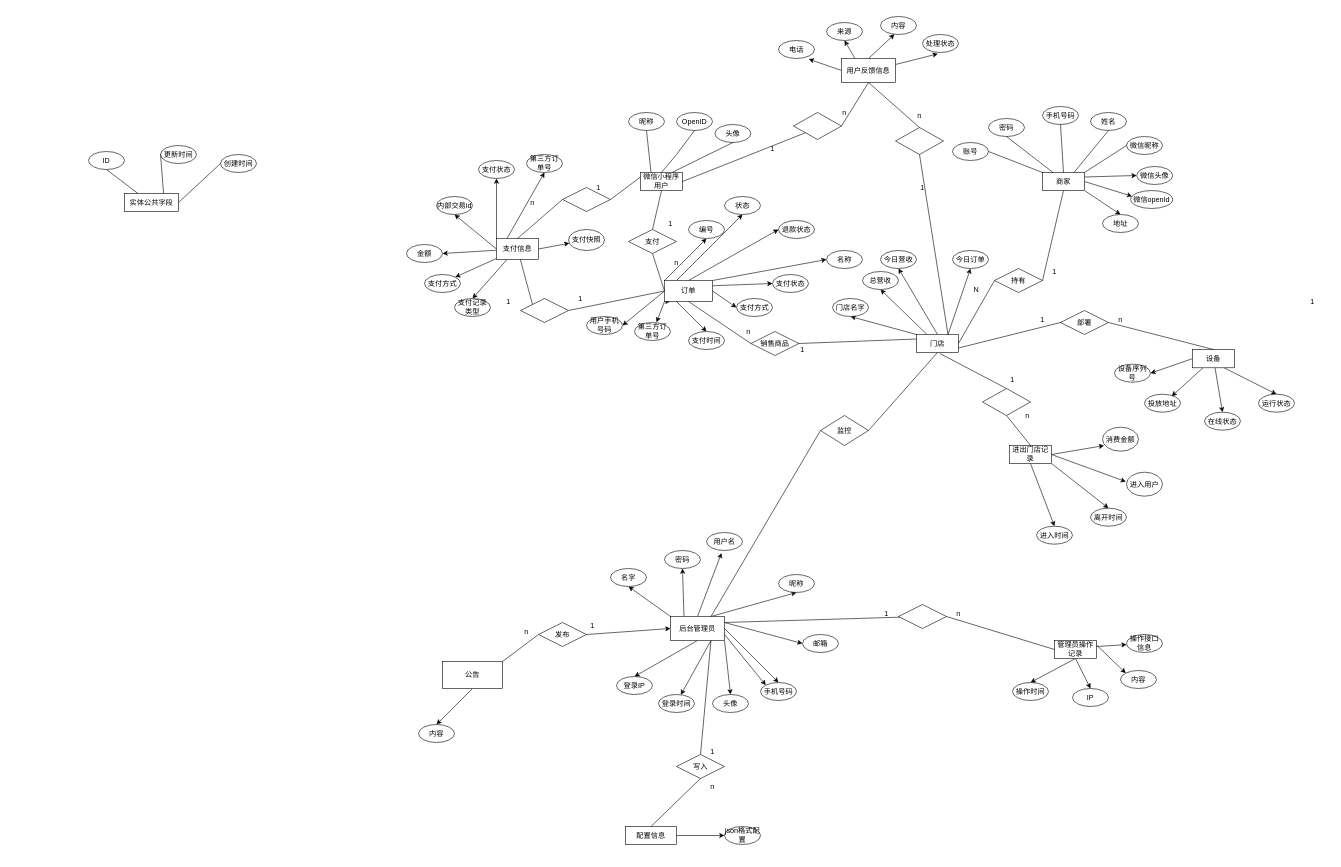
Before: 云值守.drawio in hxb-qwe/yunzhishou, a draw.io diagram. Source tidied: cells renumbered, new cells numbered last; positions are measured from the earlier drawing's top-left corner, leaving out a move shared by most shapes. Both pictures are drawn from the tidied source at 60%, with x=0, y=0 at pixel (88, 16).
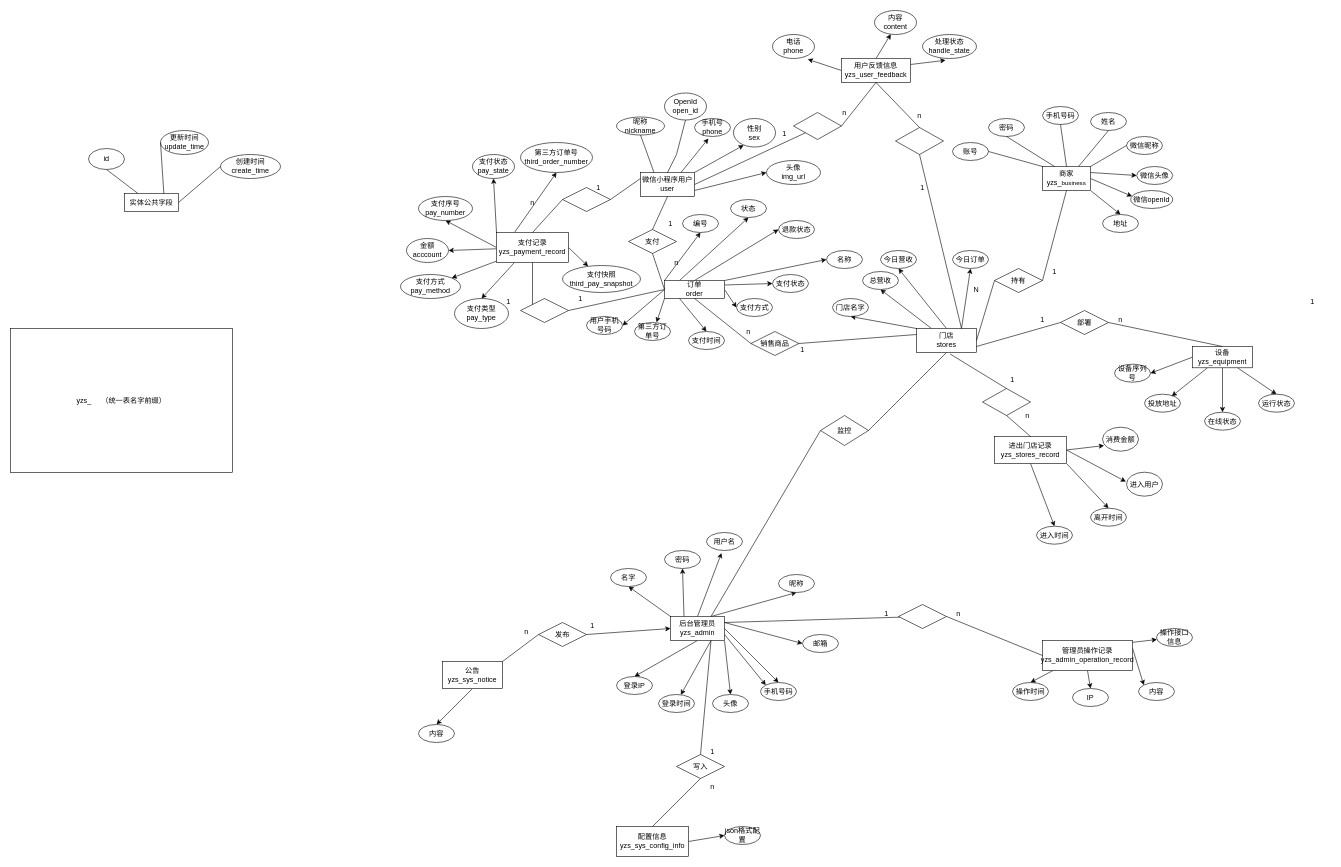
The same page after the edit.

Commit message (it also covers changes not shown here):
更新云值守.drawio

The edit, as a diff of the source:
```diff
@@
+    <mxCell id="205" style="edgeStyle=none;rounded=0;jettySize=auto;html=1;exitX=0.75;exitY=0;exitDx=0;exitDy=0;entryX=0.387;entryY=1.115;entryDx=0;entryDy=0;entryPerimeter=0;" parent="1" edge="1" source="2" target="209">
+      <mxGeometry relative="1" as="geometry" />
+    </mxCell>
+    <mxCell id="206" style="edgeStyle=none;rounded=0;jettySize=auto;html=1;exitX=1;exitY=0.75;exitDx=0;exitDy=0;entryX=0;entryY=0.5;entryDx=0;entryDy=0;" parent="1" edge="1" source="2" target="210">
+      <mxGeometry relative="1" as="geometry" />
+    </mxCell>
+    <mxCell id="207" style="edgeStyle=none;rounded=0;jettySize=auto;html=1;exitX=1;exitY=0;exitDx=0;exitDy=0;entryX=0.242;entryY=0.937;entryDx=0;entryDy=0;entryPerimeter=0;" parent="1" edge="1" source="2" target="211">
+      <mxGeometry relative="1" as="geometry" />
+    </mxCell>
-    <mxCell id="2" value="微信小程序用户" style="rounded=0;whiteSpace=wrap;html=1;" parent="1" vertex="1">
-      <mxGeometry x="920" y="260" width="70" height="30" as="geometry" />
+    <mxCell id="2" value="微信小程序用户&lt;br&gt;user" style="rounded=0;whiteSpace=wrap;html=1;" parent="1" vertex="1">
+      <mxGeometry x="920" y="260" width="90" height="40" as="geometry" />
     </mxCell>
@@
-    <mxCell id="6" value="商家" style="rounded=0;whiteSpace=wrap;html=1;" parent="1" vertex="1">
-      <mxGeometry x="1590" y="260" width="70" height="30" as="geometry" />
+    <mxCell id="6" value="商家&lt;br&gt;yzs_&lt;span style=&quot;font-size: 10.2857px;&quot;&gt;business&lt;/span&gt;" style="rounded=0;whiteSpace=wrap;html=1;" parent="1" vertex="1">
+      <mxGeometry x="1590" y="250" width="80" height="40" as="geometry" />
     </mxCell>
@@
-    <mxCell id="11" value="门店" style="rounded=0;whiteSpace=wrap;html=1;" parent="1" vertex="1">
-      <mxGeometry x="1380" y="530" width="70" height="30" as="geometry" />
+    <mxCell id="11" value="门店&lt;br&gt;stores" style="rounded=0;whiteSpace=wrap;html=1;" parent="1" vertex="1">
+      <mxGeometry x="1380" y="520" width="100" height="40" as="geometry" />
     </mxCell>
@@
-    <mxCell id="21" value="设备" style="rounded=0;whiteSpace=wrap;html=1;" parent="1" vertex="1">
-      <mxGeometry x="1840" y="555" width="70" height="30.5" as="geometry" />
+    <mxCell id="21" value="设备&lt;br&gt;yzs_equipment" style="rounded=0;whiteSpace=wrap;html=1;" parent="1" vertex="1">
+      <mxGeometry x="1840" y="550" width="100" height="35.5" as="geometry" />
     </mxCell>
@@
-    <mxCell id="24" value="ID" style="ellipse;whiteSpace=wrap;html=1;" parent="1" vertex="1">
-      <mxGeometry y="225" width="60" height="30" as="geometry" />
+    <mxCell id="24" value="id&lt;br&gt;" style="ellipse;whiteSpace=wrap;html=1;" parent="1" vertex="1">
+      <mxGeometry y="220" width="60" height="35" as="geometry" />
     </mxCell>
@@
-    <mxCell id="27" value="昵称" style="ellipse;whiteSpace=wrap;html=1;" parent="1" vertex="1">
-      <mxGeometry x="900" y="160" width="60" height="30" as="geometry" />
+    <mxCell id="27" value="昵称&lt;br&gt;nickname" style="ellipse;whiteSpace=wrap;html=1;" parent="1" vertex="1">
+      <mxGeometry x="880" y="167.5" width="80" height="30" as="geometry" />
     </mxCell>
-    <mxCell id="28" style="endArrow=none;html=1;rounded=0;exitX=0.25;exitY=0;exitDx=0;exitDy=0;" parent="1" edge="1" source="2">
-      <mxGeometry relative="1" as="geometry">
-        <mxPoint x="930" y="190" as="targetPoint" />
-      </mxGeometry>
+    <mxCell id="28" style="endArrow=none;html=1;rounded=0;exitX=0.25;exitY=0;exitDx=0;exitDy=0;entryX=0.5;entryY=1;entryDx=0;entryDy=0;" parent="1" edge="1" source="2" target="27">
+      <mxGeometry relative="1" as="geometry" />
     </mxCell>
-    <mxCell id="29" value="OpenID" style="ellipse;whiteSpace=wrap;html=1;" parent="1" vertex="1">
-      <mxGeometry x="980" y="160" width="60" height="30" as="geometry" />
+    <mxCell id="29" value="OpenId&lt;br&gt;open_id" style="ellipse;whiteSpace=wrap;html=1;" parent="1" vertex="1">
+      <mxGeometry x="960" y="127.5" width="70" height="45" as="geometry" />
     </mxCell>
@@
-    <mxCell id="31" value="头像" style="ellipse;whiteSpace=wrap;html=1;" parent="1" vertex="1">
-      <mxGeometry x="1044" y="180" width="60" height="30" as="geometry" />
-    </mxCell>
-    <mxCell id="32" style="endArrow=none;html=1;rounded=0;exitX=0.75;exitY=0;exitDx=0;exitDy=0;entryX=0.5;entryY=1;entryDx=0;entryDy=0;" parent="1" edge="1" source="2" target="31">
-      <mxGeometry relative="1" as="geometry" />
-    </mxCell>
-    <mxCell id="33" value="创建时间" style="ellipse;whiteSpace=wrap;html=1;" parent="1" vertex="1">
-      <mxGeometry x="220" y="230" width="60" height="30" as="geometry" />
+    <mxCell id="33" value="创建时间&lt;br&gt;create_time" style="ellipse;whiteSpace=wrap;html=1;" parent="1" vertex="1">
+      <mxGeometry x="220" y="230" width="100" height="40" as="geometry" />
     </mxCell>
@@
-    <mxCell id="35" value="更新时间" style="ellipse;whiteSpace=wrap;html=1;" parent="1" vertex="1">
-      <mxGeometry x="120" y="215" width="60" height="30" as="geometry" />
+    <mxCell id="35" value="更新时间&lt;br&gt;update_time" style="ellipse;whiteSpace=wrap;html=1;" parent="1" vertex="1">
+      <mxGeometry x="120" y="190" width="80" height="40" as="geometry" />
     </mxCell>
@@
-    <mxCell id="65" value="后台管理员" style="rounded=0;whiteSpace=wrap;html=1;" parent="1" vertex="1">
+    <mxCell id="65" value="后台管理员&lt;br&gt;yzs_admin" style="rounded=0;whiteSpace=wrap;html=1;" parent="1" vertex="1">
       <mxGeometry x="970" y="1000" width="90" height="40" as="geometry" />
     </mxCell>
@@
-    <mxCell id="82" style="edgeStyle=none;rounded=0;jettySize=auto;html=1;exitX=0;exitY=1;exitDx=0;exitDy=0;" parent="1" edge="1" source="85">
-      <mxGeometry relative="1" as="geometry">
-        <mxPoint x="969.9" y="475" as="targetPoint" />
-      </mxGeometry>
-    </mxCell>
@@
-    <mxCell id="85" value="订单" style="rounded=0;whiteSpace=wrap;html=1;" parent="1" vertex="1">
-      <mxGeometry x="960" y="440" width="80" height="35" as="geometry" />
+    <mxCell id="85" value="订单&lt;br&gt;order" style="rounded=0;whiteSpace=wrap;html=1;" parent="1" vertex="1">
+      <mxGeometry x="960" y="440" width="100" height="30" as="geometry" />
     </mxCell>
@@
     <mxCell id="96" value="编号" style="ellipse;whiteSpace=wrap;html=1;" parent="1" vertex="1">
-      <mxGeometry x="1000" y="340" width="60" height="30" as="geometry" />
+      <mxGeometry x="990" y="330" width="60" height="30" as="geometry" />
     </mxCell>
     <mxCell id="97" value="状态" style="ellipse;whiteSpace=wrap;html=1;" parent="1" vertex="1">
-      <mxGeometry x="1060" y="300" width="60" height="30" as="geometry" />
+      <mxGeometry x="1070" y="305" width="60" height="30" as="geometry" />
     </mxCell>
@@
-    <mxCell id="109" value="进出门店记录" style="rounded=0;whiteSpace=wrap;html=1;" parent="1" vertex="1">
-      <mxGeometry x="1535" y="715" width="70" height="30" as="geometry" />
+    <mxCell id="109" value="进出门店记录&lt;br&gt;yzs_stores_record" style="rounded=0;whiteSpace=wrap;html=1;" parent="1" vertex="1">
+      <mxGeometry x="1510" y="700" width="120" height="45" as="geometry" />
     </mxCell>
@@
-    <mxCell id="118" value="管理员操作记录" style="rounded=0;whiteSpace=wrap;html=1;" parent="1" vertex="1">
-      <mxGeometry x="1610" y="1040" width="70" height="30" as="geometry" />
+    <mxCell id="118" value="管理员操作记录&lt;br&gt;yzs_admin_operation_record" style="rounded=0;whiteSpace=wrap;html=1;" parent="1" vertex="1">
+      <mxGeometry x="1590" y="1040" width="150" height="50" as="geometry" />
     </mxCell>
     <mxCell id="119" value="操作接口信息" style="ellipse;whiteSpace=wrap;html=1;" parent="1" vertex="1">
-      <mxGeometry x="1730" y="1030" width="60" height="30" as="geometry" />
+      <mxGeometry x="1780" y="1020" width="60" height="30" as="geometry" />
     </mxCell>
     <mxCell id="120" value="内容" style="ellipse;whiteSpace=wrap;html=1;" parent="1" vertex="1">
-      <mxGeometry x="1720" y="1090" width="60" height="30" as="geometry" />
+      <mxGeometry x="1750" y="1110" width="60" height="30" as="geometry" />
     </mxCell>
@@
-    <mxCell id="131" value="支付信息" style="rounded=0;whiteSpace=wrap;html=1;" parent="1" vertex="1">
-      <mxGeometry x="680" y="370" width="70" height="35" as="geometry" />
+    <mxCell id="131" value="支付记录&lt;br&gt;yzs_payment_record" style="rounded=0;whiteSpace=wrap;html=1;" parent="1" vertex="1">
+      <mxGeometry x="680" y="360" width="120" height="50" as="geometry" />
     </mxCell>
@@
-    <mxCell id="138" value="内部交易id" style="ellipse;whiteSpace=wrap;html=1;" parent="1" vertex="1">
-      <mxGeometry x="580" y="300" width="60" height="30" as="geometry" />
+    <mxCell id="138" value="支付序号&lt;br&gt;pay_number" style="ellipse;whiteSpace=wrap;html=1;" parent="1" vertex="1">
+      <mxGeometry x="550" y="300" width="90" height="40" as="geometry" />
     </mxCell>
-    <mxCell id="139" value="金额" style="ellipse;whiteSpace=wrap;html=1;" parent="1" vertex="1">
-      <mxGeometry x="530" y="380" width="60" height="30" as="geometry" />
+    <mxCell id="139" value="金额&lt;br&gt;acccount" style="ellipse;whiteSpace=wrap;html=1;" parent="1" vertex="1">
+      <mxGeometry x="530" y="370" width="70" height="40" as="geometry" />
     </mxCell>
-    <mxCell id="140" value="支付方式" style="ellipse;whiteSpace=wrap;html=1;" parent="1" vertex="1">
-      <mxGeometry x="560" y="430" width="60" height="30" as="geometry" />
+    <mxCell id="140" value="支付方式&lt;br&gt;pay_method" style="ellipse;whiteSpace=wrap;html=1;" parent="1" vertex="1">
+      <mxGeometry x="520" y="430" width="100" height="40" as="geometry" />
     </mxCell>
-    <mxCell id="141" value="支付记录类型" style="ellipse;whiteSpace=wrap;html=1;" parent="1" vertex="1">
-      <mxGeometry x="610" y="470" width="60" height="30" as="geometry" />
+    <mxCell id="141" value="支付类型&lt;br&gt;pay_type" style="ellipse;whiteSpace=wrap;html=1;" parent="1" vertex="1">
+      <mxGeometry x="610" y="470" width="90" height="50" as="geometry" />
     </mxCell>
-    <mxCell id="142" value="支付状态" style="ellipse;whiteSpace=wrap;html=1;" parent="1" vertex="1">
-      <mxGeometry x="650" y="240" width="60" height="30" as="geometry" />
+    <mxCell id="142" value="支付状态&lt;br&gt;pay_state" style="ellipse;whiteSpace=wrap;html=1;" parent="1" vertex="1">
+      <mxGeometry x="640" y="230" width="70" height="40" as="geometry" />
     </mxCell>
-    <mxCell id="143" value="第三方订单号" style="ellipse;whiteSpace=wrap;html=1;" parent="1" vertex="1">
-      <mxGeometry x="730" y="230" width="60" height="30" as="geometry" />
+    <mxCell id="143" value="第三方订单号&lt;br&gt;third_order_number" style="ellipse;whiteSpace=wrap;html=1;" parent="1" vertex="1">
+      <mxGeometry x="720" y="210" width="120" height="50" as="geometry" />
     </mxCell>
-    <mxCell id="144" value="支付快照" style="ellipse;whiteSpace=wrap;html=1;" parent="1" vertex="1">
-      <mxGeometry x="800" y="355" width="60" height="35" as="geometry" />
+    <mxCell id="144" value="支付快照&lt;br&gt;third_pay_snapshot" style="ellipse;whiteSpace=wrap;html=1;" parent="1" vertex="1">
+      <mxGeometry x="790" y="415" width="130" height="45" as="geometry" />
     </mxCell>
@@
-    <mxCell id="146" style="edgeStyle=none;rounded=0;jettySize=auto;html=1;exitX=0.25;exitY=0;exitDx=0;exitDy=0;entryX=0.5;entryY=1;entryDx=0;entryDy=0;" parent="1" edge="1" source="149" target="163">
-      <mxGeometry relative="1" as="geometry" />
-    </mxCell>
@@
-    <mxCell id="149" value="用户反馈信息" style="rounded=0;whiteSpace=wrap;html=1;" parent="1" vertex="1">
-      <mxGeometry x="1255" y="70" width="90" height="40" as="geometry" />
+    <mxCell id="149" value="用户反馈信息&lt;br&gt;yzs_user_feedback" style="rounded=0;whiteSpace=wrap;html=1;" parent="1" vertex="1">
+      <mxGeometry x="1255" y="70" width="115" height="40" as="geometry" />
     </mxCell>
@@
-    <mxCell id="157" value="电话" style="ellipse;whiteSpace=wrap;html=1;" parent="1" vertex="1">
-      <mxGeometry x="1150" y="40" width="60" height="30" as="geometry" />
+    <mxCell id="157" value="电话&lt;br&gt;phone" style="ellipse;whiteSpace=wrap;html=1;" parent="1" vertex="1">
+      <mxGeometry x="1140" y="30" width="70" height="40" as="geometry" />
     </mxCell>
@@
     <mxCell id="159" value="1" style="text;html=1;strokeColor=none;fillColor=none;align=center;verticalAlign=middle;whiteSpace=wrap;rounded=0;" parent="1" vertex="1">
-      <mxGeometry x="1110" y="205" width="60" height="30" as="geometry" />
+      <mxGeometry x="1130" y="180" width="60" height="30" as="geometry" />
     </mxCell>
@@
-    <mxCell id="163" value="来源" style="ellipse;whiteSpace=wrap;html=1;" parent="1" vertex="1">
-      <mxGeometry x="1230" y="10" width="60" height="30" as="geometry" />
-    </mxCell>
-    <mxCell id="164" value="内容" style="ellipse;whiteSpace=wrap;html=1;" parent="1" vertex="1">
-      <mxGeometry x="1320" width="60" height="30" as="geometry" />
+    <mxCell id="164" value="内容&lt;br&gt;content" style="ellipse;whiteSpace=wrap;html=1;" parent="1" vertex="1">
+      <mxGeometry x="1310" y="-10" width="70" height="40" as="geometry" />
     </mxCell>
-    <mxCell id="165" value="处理状态" style="ellipse;whiteSpace=wrap;html=1;" parent="1" vertex="1">
-      <mxGeometry x="1390" y="30" width="60" height="30" as="geometry" />
+    <mxCell id="165" value="处理状态&lt;br&gt;handle_state" style="ellipse;whiteSpace=wrap;html=1;" parent="1" vertex="1">
+      <mxGeometry x="1390" y="30" width="90" height="40" as="geometry" />
     </mxCell>
@@
-    <mxCell id="167" value="公告" style="rounded=0;whiteSpace=wrap;html=1;" parent="1" vertex="1">
+    <mxCell id="167" value="公告&lt;br&gt;yzs_sys_notice" style="rounded=0;whiteSpace=wrap;html=1;" parent="1" vertex="1">
       <mxGeometry x="590" y="1075" width="100" height="45" as="geometry" />
     </mxCell>
@@
-    <mxCell id="179" value="配置信息" style="rounded=0;whiteSpace=wrap;html=1;" parent="1" vertex="1">
-      <mxGeometry x="895" y="1350" width="85" height="30" as="geometry" />
+    <mxCell id="179" value="配置信息&lt;br&gt;yzs_sys_config_info" style="rounded=0;whiteSpace=wrap;html=1;" parent="1" vertex="1">
+      <mxGeometry x="880" y="1350" width="120" height="50" as="geometry" />
     </mxCell>
@@
+    <mxCell id="208" value="yzs_&amp;nbsp; &amp;nbsp; &amp;nbsp;（统一表名字前缀）" style="rounded=0;whiteSpace=wrap;html=1;" parent="1" vertex="1">
+      <mxGeometry x="-130" y="520" width="370" height="240" as="geometry" />
+    </mxCell>
+    <mxCell id="209" value="手机号&lt;br&gt;phone" style="ellipse;whiteSpace=wrap;html=1;" parent="1" vertex="1">
+      <mxGeometry x="1010" y="170" width="60" height="30" as="geometry" />
+    </mxCell>
+    <mxCell id="210" value="头像&lt;br&gt;img_url" style="ellipse;whiteSpace=wrap;html=1;" parent="1" vertex="1">
+      <mxGeometry x="1130" y="240" width="90" height="40" as="geometry" />
+    </mxCell>
+    <mxCell id="211" value="性别&lt;br&gt;sex" style="ellipse;whiteSpace=wrap;html=1;" parent="1" vertex="1">
+      <mxGeometry x="1075" y="170" width="70" height="47.5" as="geometry" />
+    </mxCell>
```
